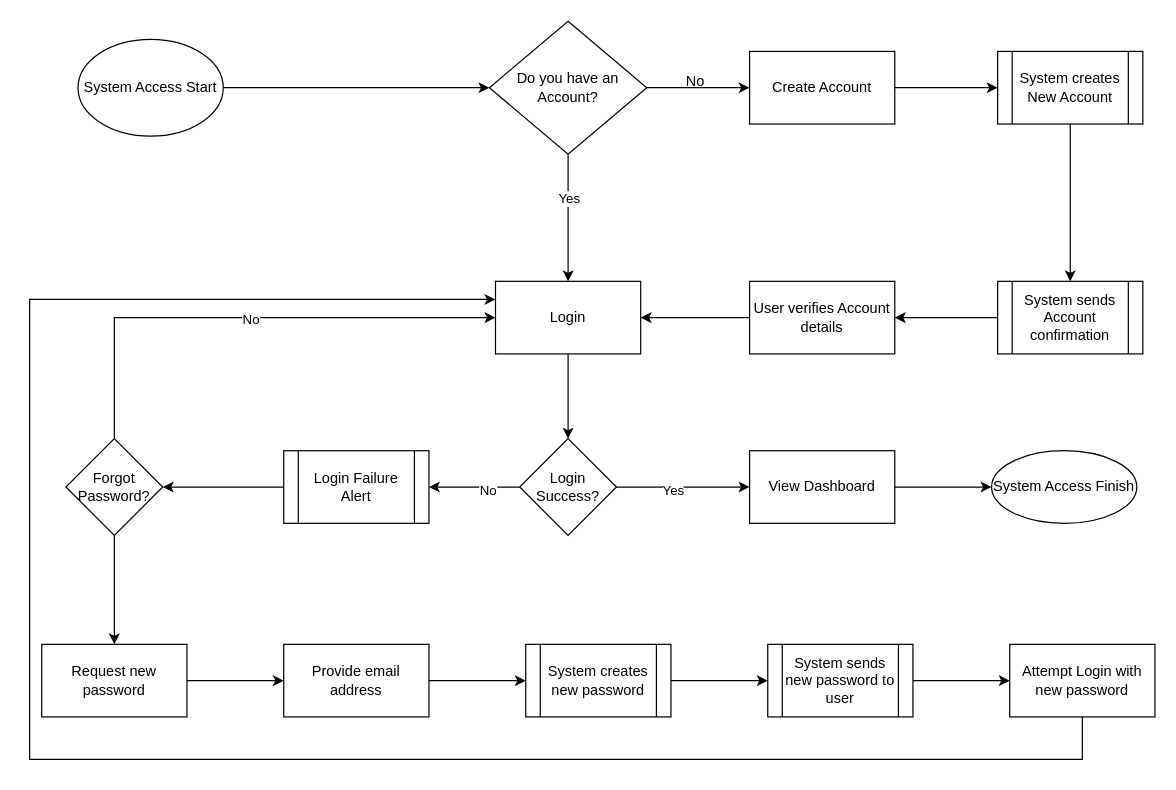
Before: login process.drawio in Mitch-mts/process-flows, a draw.io diagram. Source tidied: cells renumbered, new cells numbered last; positions are measured from the earlier drawing's top-left corner, leaving out a move shared by most shapes. Both pictures are drawn from the tidied source at 121%, with x=0, y=0 at pixel (29, 21).
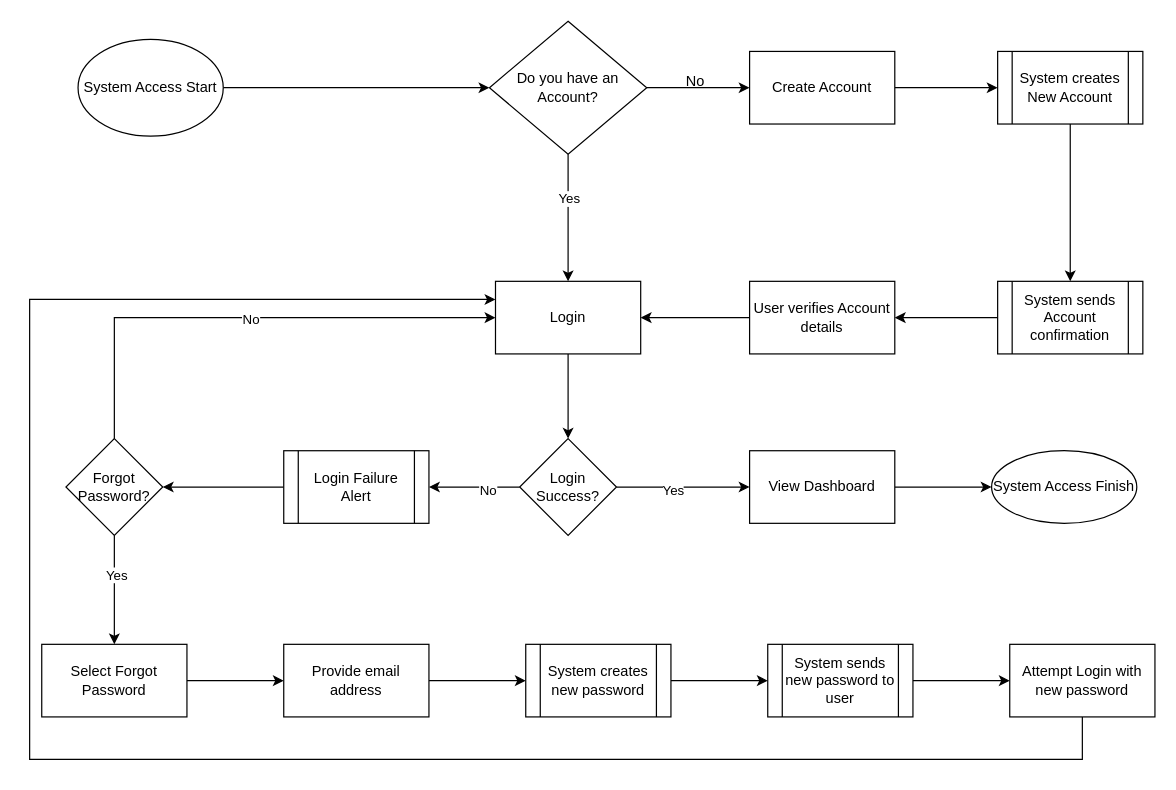
After the change.

The change refers to these unchanged cells:
```xml
<mxCell id="31" style="edgeStyle=orthogonalEdgeStyle;rounded=0;jettySize=auto;html=1;" parent="1" edge="1" source="32" target="34">
  <mxGeometry relative="1" as="geometry" />
</mxCell>
```

Diff of the diagram source:
```diff
@@
+    <mxCell id="43" value="Yes" style="edgeLabel;html=1;align=center;verticalAlign=middle;" parent="31" vertex="1">
+      <mxGeometry x="-0.29" y="1" relative="1" as="geometry" />
+    </mxCell>
@@
-    <mxCell id="34" value="Request new password" style="whiteSpace=wrap;html=1;" parent="1" vertex="1">
+    <mxCell id="34" value="Select Forgot Password" style="whiteSpace=wrap;html=1;" parent="1" vertex="1">
       <mxGeometry x="10" y="515" width="120" height="60" as="geometry" />
     </mxCell>
```
